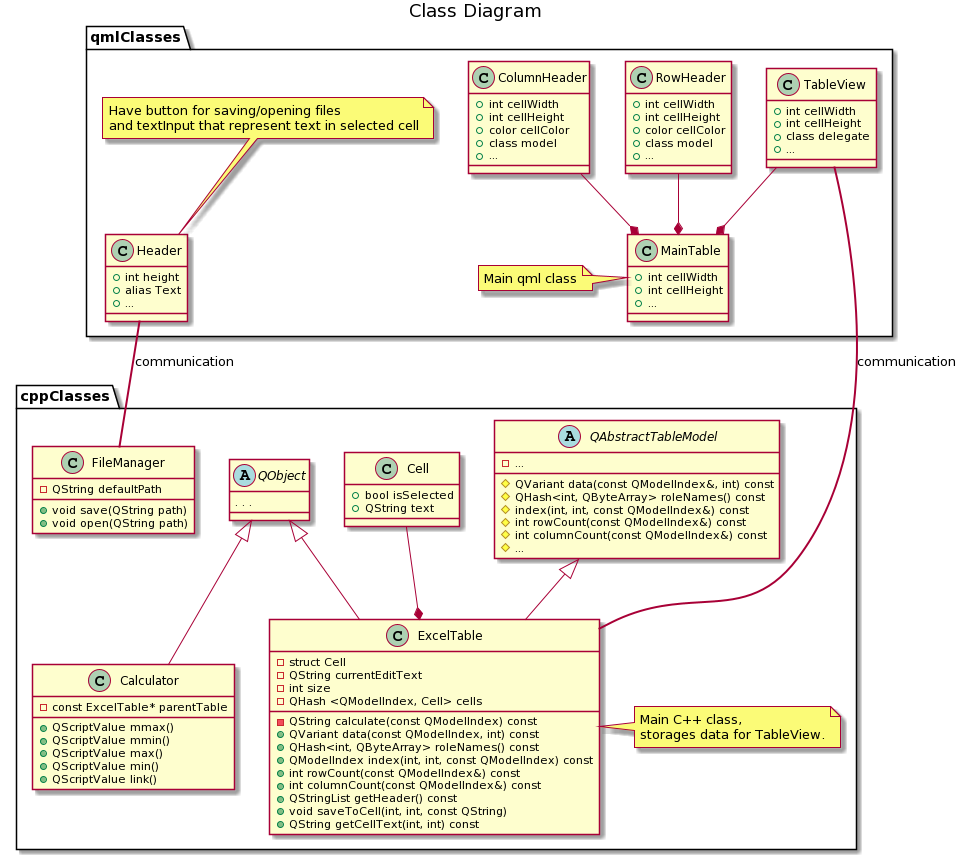
Earlier version of the PlantUML export Diagrams/ClassDiagram.png (Gohnnyman/Horrible-Excel). Its diagram source:
```plantuml
@startuml
namespace cppClasses {
    title Class Diagram
    abstract class QObject
    abstract class QAbstractTableModel
    class ExcelTable extends QObject, QAbstractTableModel
    class Calculator extends QObject
    class Cell
    class FileManager

    Cell --* ExcelTable

    abstract class QObject {
        . . .
    }

    abstract class QAbstractTableModel {
        #QVariant data(const QModelIndex&, int) const
        #QHash<int, QByteArray> roleNames() const
        #index(int, int, const QModelIndex&) const
        #int rowCount(const QModelIndex&) const
        #int columnCount(const QModelIndex&) const
        -{field} ...
        #{method} ...
    }

    class Cell {
        +bool isSelected
        +QString text
    }

    class ExcelTable {
        -struct Cell
        -QString currentEditText
        -int size
        -QHash <QModelIndex, Cell> cells
        -QString calculate(const QModelIndex) const
        +QVariant data(const QModelIndex, int) const
        +QHash<int, QByteArray> roleNames() const
        +QModelIndex index(int, int, const QModelIndex) const
        +int rowCount(const QModelIndex&) const
        +int columnCount(const QModelIndex&) const
        +QStringList getHeader() const
        +void saveToCell(int, int, const QString)
        +QString getCellText(int, int) const
    }
    note right: Main C++ class,\nstorages data for TableView.

    class Calculator {
        -const ExcelTable* parentTable
        +QScriptValue mmax()
        +QScriptValue mmin()
        +QScriptValue max()
        +QScriptValue min()
        +QScriptValue link()
    }

    class FileManager {
        -QString defaultPath
        +void save(QString path)
        +void open(QString path)
    }
}

namespace qmlClasses {
    class ColumnHeader
    class TableView
    class MainTable
    class RowHeader
    class Header


    class RowHeader {
        +int cellWidth
        +int cellHeight
        +color cellColor
        +class model
        + ...
    }

    class Header {
        +int height
        +alias Text
        + ...
    }
    note top of Header
        Have button for saving/opening files
        and textInput that represent text in selected cell
    end note
    class ColumnHeader {
        +int cellWidth
        +int cellHeight
        +color cellColor
        +class model
        + ...
    }

    class MainTable {
        +int cellWidth
        +int cellHeight
        + ...
    }
    note left: Main qml class

    class TableView {
        +int cellWidth
        +int cellHeight
        +class delegate
        + ...
    }


    ColumnHeader --* MainTable
    RowHeader --* MainTable
    TableView --* MainTable
    TableView -[bold]- cppClasses.ExcelTable: communication
    Header -[bold]- cppClasses.FileManager: communication
}
@enduml
```
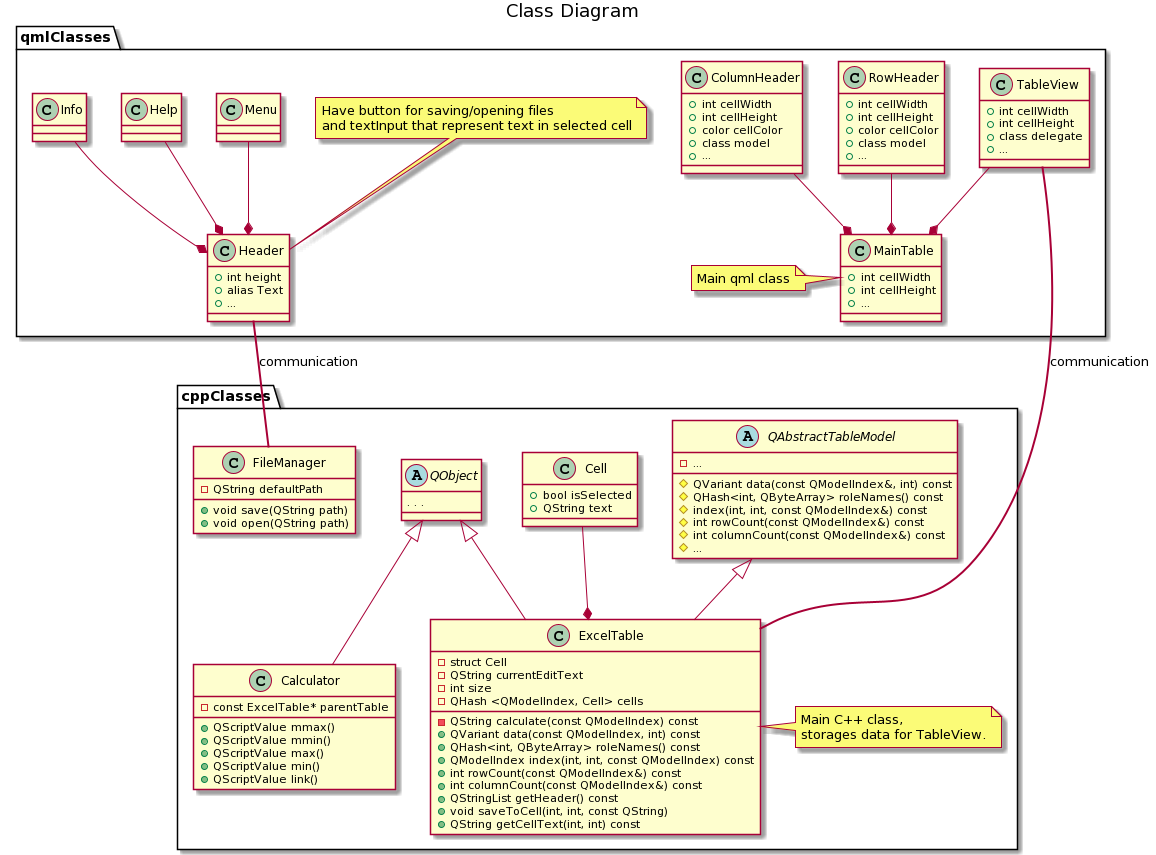
After the change.

The edit, as a diff of the source:
```diff
@@ -68,6 +68,9 @@
     class MainTable
     class RowHeader
     class Header
+    class Menu
+    class Help
+    class Info
 
 
     class RowHeader {
@@ -113,6 +116,9 @@
     ColumnHeader --* MainTable
     RowHeader --* MainTable
     TableView --* MainTable
+    Menu --* Header
+    Info --* Header
+    Help --* Header
     TableView -[bold]- cppClasses.ExcelTable: communication
     Header -[bold]- cppClasses.FileManager: communication
 }
```
